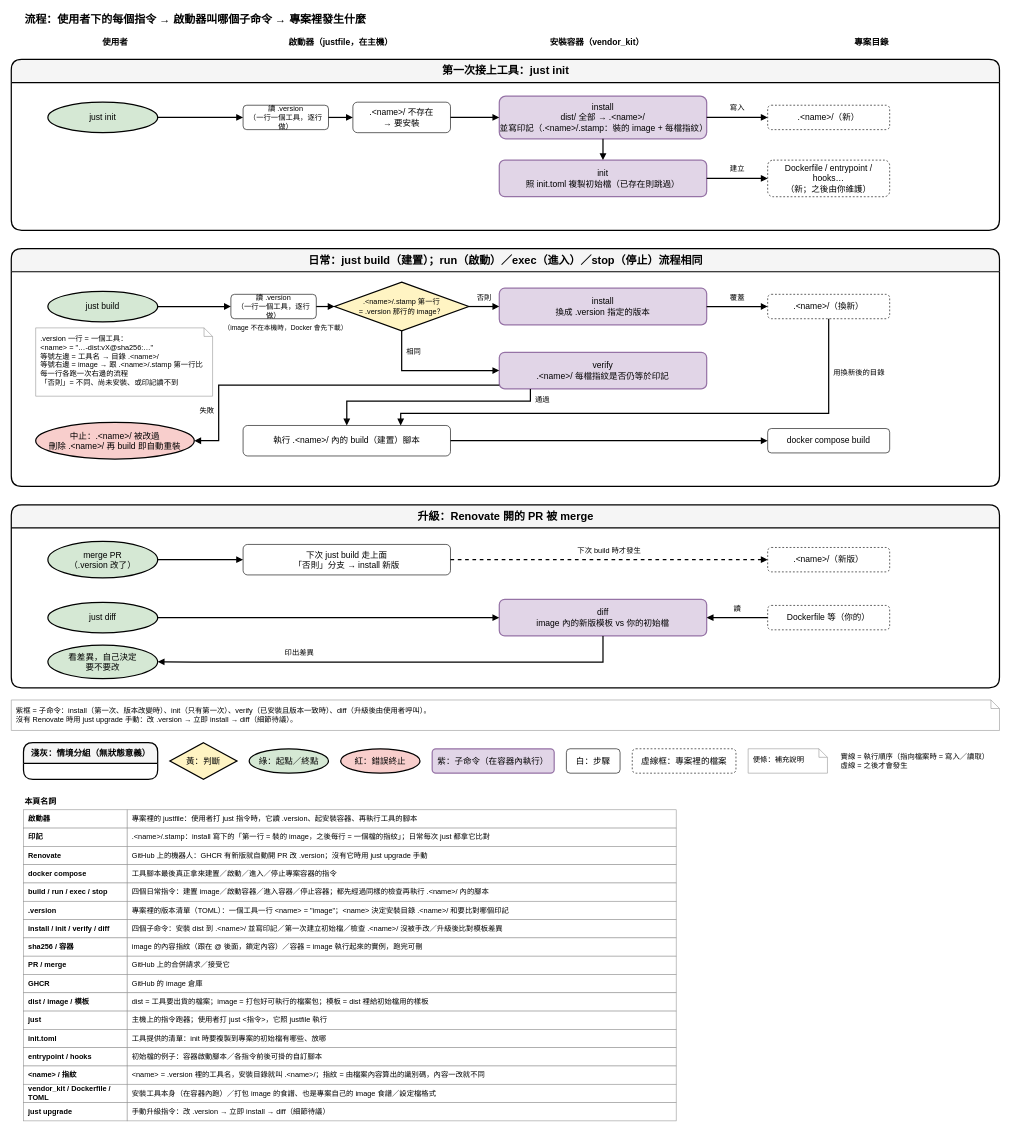
Earlier version of the draw.io diagram page "3. 流程：使用者指令" (3 of 7) of dist_distribution.drawio (ycpss91255-research/vendor_kit). Source tidied: cells renumbered, new cells numbered last; positions are measured from the earlier drawing's top-left corner, leaving out a move shared by most shapes. Both pictures are drawn from the tidied source at 61%, with x=0, y=0 at pixel (11, 10).
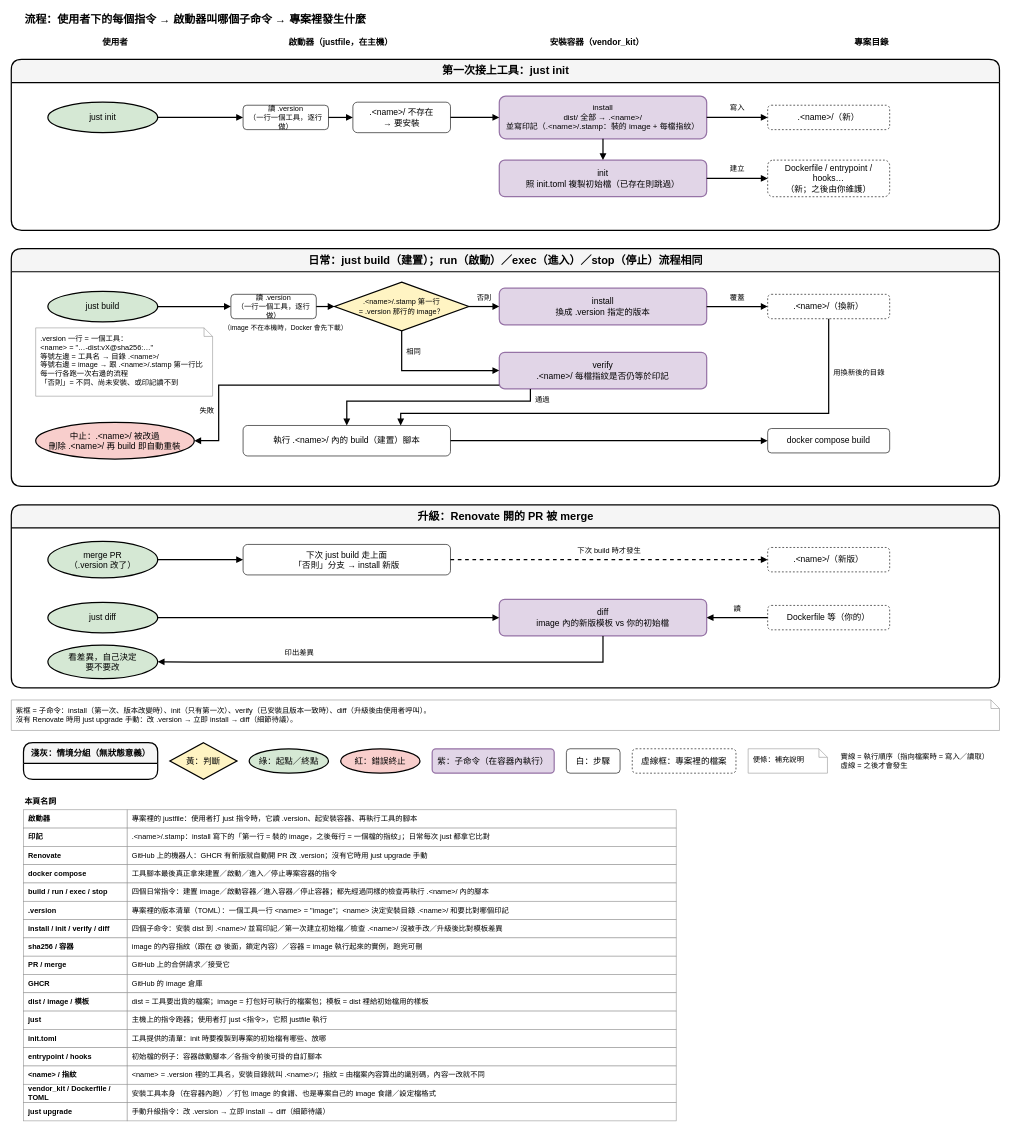
The same diagram, later.

Commit message:
頁 3：install 框字級 13 避免貼邊；第 3 頁再審雙方「可以交付」

The change refers to these unchanged cells:
```xml
<mxCell id="7" value="第一次接上工具：just init" style="swimlane;html=1;rounded=1;startSize=38;fontStyle=1;fontSize=18;fillColor=#f5f5f5;swimlaneFillColor=#ffffff;strokeColor=#000000;strokeWidth=2;" parent="1" vertex="1">
  <mxGeometry y="80" width="1620" height="280" as="geometry" />
</mxCell>
```

What changed in the source:
```diff
@@
-    <mxCell id="11" value="install&lt;br&gt;dist/ 全部 → .&amp;lt;name&amp;gt;/&lt;br&gt;並寫印記（.&amp;lt;name&amp;gt;/.stamp：裝的 image + 每檔指紋）" style="rounded=1;whiteSpace=wrap;html=1;fillColor=#e1d5e7;strokeColor=#9673a6;fontSize=14;strokeWidth=2;" parent="7" vertex="1">
+    <mxCell id="11" value="install&lt;br&gt;dist/ 全部 → .&amp;lt;name&amp;gt;/&lt;br&gt;並寫印記（.&amp;lt;name&amp;gt;/.stamp：裝的 image + 每檔指紋）" style="rounded=1;whiteSpace=wrap;html=1;fillColor=#e1d5e7;strokeColor=#9673a6;fontSize=13;strokeWidth=2;" parent="7" vertex="1">
       <mxGeometry x="800" y="60" width="340" height="70" as="geometry" />
     </mxCell>
```
